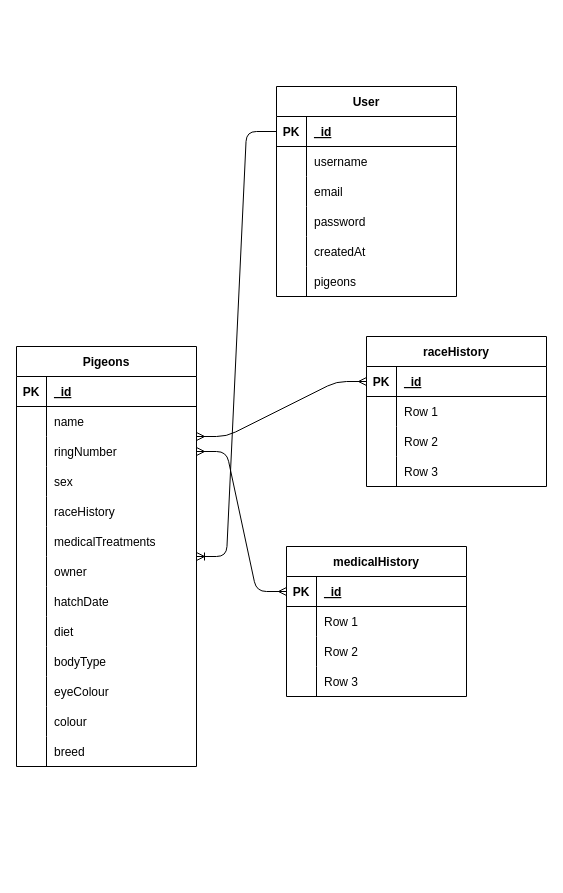
This is docs/PigeonERD.drawio from Liam-Ronan-dev/PigeonAPI-CA1, a draw.io file, before an edit. Source tidied: cells renumbered, new cells numbered last; positions are measured from the earlier drawing's top-left corner, leaving out a move shared by most shapes. Both pictures are drawn from the tidied source at 100%, with x=0, y=0 at pixel (16, 86).
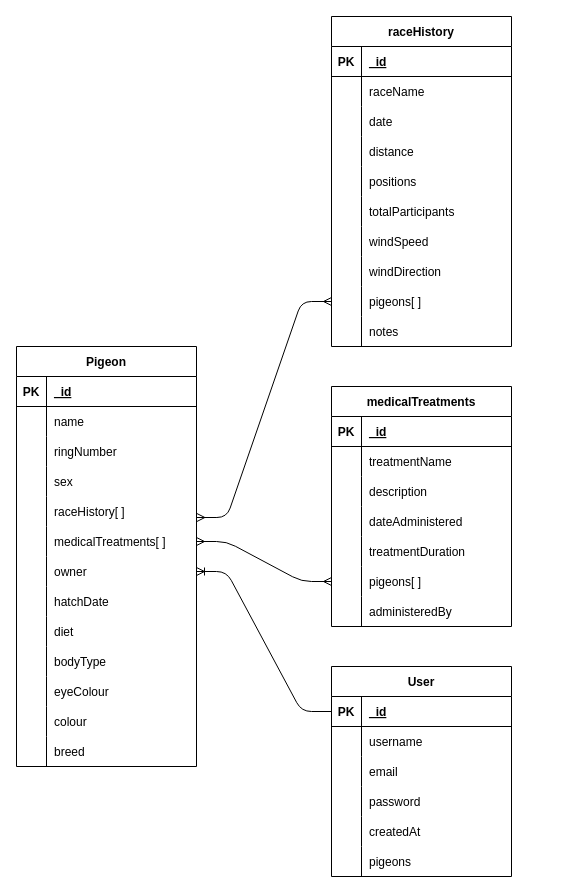
After the change.

Commit message (it also covers changes not shown here):
finished ERD, update routes for raceHistory & medicalHistory, testing eslint in CI

Unchanged cells that the change refers to:
```xml
<mxCell id="3" style="shape=tableRow;horizontal=0;startSize=0;swimlaneHead=0;swimlaneBody=0;fillColor=none;points=[[0,0.5],[1,0.5]];portConstraint=eastwest;top=0;left=0;right=0;bottom=1;" parent="2" vertex="1">
  <mxGeometry y="30" width="180" height="30" as="geometry" />
</mxCell>
<mxCell id="22" style="shape=tableRow;horizontal=0;startSize=0;swimlaneHead=0;swimlaneBody=0;fillColor=none;points=[[0,0.5],[1,0.5]];portConstraint=eastwest;top=0;left=0;right=0;bottom=1;" parent="21" vertex="1">
  <mxGeometry y="30" width="180" height="30" as="geometry" />
</mxCell>
<mxCell id="25" style="shape=tableRow;horizontal=0;startSize=0;swimlaneHead=0;swimlaneBody=0;fillColor=none;top=0;left=0;right=0;bottom=0;" parent="21" vertex="1">
  <mxGeometry y="60" width="180" height="30" as="geometry" />
</mxCell>
<mxCell id="41" style="shape=tableRow;horizontal=0;startSize=0;swimlaneHead=0;swimlaneBody=0;fillColor=none;points=[[0,0.5],[1,0.5]];portConstraint=eastwest;top=0;left=0;right=0;bottom=0;" parent="34" vertex="1">
  <mxGeometry y="90" width="180" height="30" as="geometry" />
</mxCell>
<mxCell id="47" style="shape=tableRow;horizontal=0;startSize=0;swimlaneHead=0;swimlaneBody=0;fillColor=none;points=[[0,0.5],[1,0.5]];portConstraint=eastwest;top=0;left=0;right=0;bottom=0;" parent="34" vertex="1">
  <mxGeometry y="150" width="180" height="30" as="geometry" />
</mxCell>
<mxCell id="50" style="shape=tableRow;horizontal=0;startSize=0;swimlaneHead=0;swimlaneBody=0;fillColor=none;points=[[0,0.5],[1,0.5]];portConstraint=eastwest;top=0;left=0;right=0;bottom=0;" parent="34" vertex="1">
  <mxGeometry y="180" width="180" height="30" as="geometry" />
</mxCell>
<mxCell id="53" style="shape=tableRow;horizontal=0;startSize=0;swimlaneHead=0;swimlaneBody=0;fillColor=none;points=[[0,0.5],[1,0.5]];portConstraint=eastwest;top=0;left=0;right=0;bottom=0;" parent="34" vertex="1">
  <mxGeometry y="210" width="180" height="30" as="geometry" />
</mxCell>
<mxCell id="75" style="shape=tableRow;horizontal=0;startSize=0;swimlaneHead=0;swimlaneBody=0;fillColor=none;points=[[0,0.5],[1,0.5]];portConstraint=eastwest;top=0;left=0;right=0;bottom=1;" parent="74" vertex="1">
  <mxGeometry y="30" width="180" height="30" as="geometry" />
</mxCell>
<mxCell id="78" style="shape=tableRow;horizontal=0;startSize=0;swimlaneHead=0;swimlaneBody=0;fillColor=none;top=0;left=0;right=0;bottom=0;" parent="74" vertex="1">
  <mxGeometry y="60" width="180" height="30" as="geometry" />
</mxCell>
<mxCell id="81" style="shape=tableRow;horizontal=0;startSize=0;swimlaneHead=0;swimlaneBody=0;fillColor=none;top=0;left=0;right=0;bottom=0;" parent="74" vertex="1">
  <mxGeometry y="90" width="180" height="30" as="geometry" />
</mxCell>
<mxCell id="84" style="shape=tableRow;horizontal=0;startSize=0;swimlaneHead=0;swimlaneBody=0;fillColor=none;top=0;left=0;right=0;bottom=0;" parent="74" vertex="1">
  <mxGeometry y="120" width="180" height="30" as="geometry" />
</mxCell>
```

Change to the diagram source:
```diff
@@
     <mxCell id="2" value="User" style="shape=table;startSize=30;childLayout=tableLayout;rowLines=0;fontStyle=1;align=center;" parent="1" vertex="1">
-      <mxGeometry x="260" width="180" height="210" as="geometry" />
+      <mxGeometry x="315" y="580" width="180" height="210" as="geometry" />
     </mxCell>
@@
     <mxCell id="21" value="raceHistory" style="shape=table;startSize=30;childLayout=tableLayout;rowLines=0;fontStyle=1;align=center;" parent="1" vertex="1">
-      <mxGeometry x="350" y="250" width="180" height="150" as="geometry" />
+      <mxGeometry x="315" y="-70" width="180" height="330" as="geometry" />
     </mxCell>
@@
-    <mxCell id="27" value="Row 1" style="shape=partialRectangle;fillColor=none;top=0;left=0;bottom=0;right=0;align=left;spacingLeft=6;overflow=hidden;" parent="25" vertex="1">
+    <mxCell id="27" value="raceName" style="shape=partialRectangle;fillColor=none;top=0;left=0;bottom=0;right=0;align=left;spacingLeft=6;overflow=hidden;" parent="25" vertex="1">
       <mxGeometry x="30" width="150" height="30" as="geometry" />
     </mxCell>
+    <mxCell id="90" style="shape=tableRow;horizontal=0;startSize=0;swimlaneHead=0;swimlaneBody=0;fillColor=none;top=0;left=0;right=0;bottom=0;" parent="21" vertex="1">
+      <mxGeometry y="90" width="180" height="30" as="geometry" />
+    </mxCell>
+    <mxCell id="91" style="shape=partialRectangle;fillColor=none;top=0;left=0;bottom=0;right=0;overflow=hidden;" parent="90" vertex="1">
+      <mxGeometry width="30" height="30" as="geometry" />
+    </mxCell>
+    <mxCell id="92" value="date" style="shape=partialRectangle;fillColor=none;top=0;left=0;bottom=0;right=0;align=left;spacingLeft=6;overflow=hidden;" parent="90" vertex="1">
+      <mxGeometry x="30" width="150" height="30" as="geometry" />
+    </mxCell>
+    <mxCell id="93" style="shape=tableRow;horizontal=0;startSize=0;swimlaneHead=0;swimlaneBody=0;fillColor=none;top=0;left=0;right=0;bottom=0;" parent="21" vertex="1">
+      <mxGeometry y="120" width="180" height="30" as="geometry" />
+    </mxCell>
+    <mxCell id="94" style="shape=partialRectangle;fillColor=none;top=0;left=0;bottom=0;right=0;overflow=hidden;" parent="93" vertex="1">
+      <mxGeometry width="30" height="30" as="geometry" />
+    </mxCell>
+    <mxCell id="95" value="distance" style="shape=partialRectangle;fillColor=none;top=0;left=0;bottom=0;right=0;align=left;spacingLeft=6;overflow=hidden;" parent="93" vertex="1">
+      <mxGeometry x="30" width="150" height="30" as="geometry" />
+    </mxCell>
+    <mxCell id="96" style="shape=tableRow;horizontal=0;startSize=0;swimlaneHead=0;swimlaneBody=0;fillColor=none;top=0;left=0;right=0;bottom=0;" parent="21" vertex="1">
+      <mxGeometry y="150" width="180" height="30" as="geometry" />
+    </mxCell>
+    <mxCell id="97" style="shape=partialRectangle;fillColor=none;top=0;left=0;bottom=0;right=0;overflow=hidden;" parent="96" vertex="1">
+      <mxGeometry width="30" height="30" as="geometry" />
+    </mxCell>
+    <mxCell id="98" value="positions" style="shape=partialRectangle;fillColor=none;top=0;left=0;bottom=0;right=0;align=left;spacingLeft=6;overflow=hidden;" parent="96" vertex="1">
+      <mxGeometry x="30" width="150" height="30" as="geometry" />
+    </mxCell>
+    <mxCell id="99" style="shape=tableRow;horizontal=0;startSize=0;swimlaneHead=0;swimlaneBody=0;fillColor=none;top=0;left=0;right=0;bottom=0;" parent="21" vertex="1">
+      <mxGeometry y="180" width="180" height="30" as="geometry" />
+    </mxCell>
+    <mxCell id="100" style="shape=partialRectangle;fillColor=none;top=0;left=0;bottom=0;right=0;overflow=hidden;" parent="99" vertex="1">
+      <mxGeometry width="30" height="30" as="geometry" />
+    </mxCell>
+    <mxCell id="101" value="totalParticipants" style="shape=partialRectangle;fillColor=none;top=0;left=0;bottom=0;right=0;align=left;spacingLeft=6;overflow=hidden;" parent="99" vertex="1">
+      <mxGeometry x="30" width="150" height="30" as="geometry" />
+    </mxCell>
     <mxCell id="28" style="shape=tableRow;horizontal=0;startSize=0;swimlaneHead=0;swimlaneBody=0;fillColor=none;top=0;left=0;right=0;bottom=0;" parent="21" vertex="1">
-      <mxGeometry y="90" width="180" height="30" as="geometry" />
+      <mxGeometry y="210" width="180" height="30" as="geometry" />
     </mxCell>
@@
-    <mxCell id="30" value="Row 2" style="shape=partialRectangle;fillColor=none;top=0;left=0;bottom=0;right=0;align=left;spacingLeft=6;overflow=hidden;" parent="28" vertex="1">
+    <mxCell id="30" value="windSpeed" style="shape=partialRectangle;fillColor=none;top=0;left=0;bottom=0;right=0;align=left;spacingLeft=6;overflow=hidden;" parent="28" vertex="1">
       <mxGeometry x="30" width="150" height="30" as="geometry" />
     </mxCell>
     <mxCell id="31" style="shape=tableRow;horizontal=0;startSize=0;swimlaneHead=0;swimlaneBody=0;fillColor=none;top=0;left=0;right=0;bottom=0;" parent="21" vertex="1">
-      <mxGeometry y="120" width="180" height="30" as="geometry" />
+      <mxGeometry y="240" width="180" height="30" as="geometry" />
     </mxCell>
@@
-    <mxCell id="33" value="Row 3" style="shape=partialRectangle;fillColor=none;top=0;left=0;bottom=0;right=0;align=left;spacingLeft=6;overflow=hidden;" parent="31" vertex="1">
+    <mxCell id="33" value="windDirection" style="shape=partialRectangle;fillColor=none;top=0;left=0;bottom=0;right=0;align=left;spacingLeft=6;overflow=hidden;" parent="31" vertex="1">
       <mxGeometry x="30" width="150" height="30" as="geometry" />
     </mxCell>
+    <mxCell id="102" style="shape=tableRow;horizontal=0;startSize=0;swimlaneHead=0;swimlaneBody=0;fillColor=none;points=[[0,0.5],[1,0.5]];portConstraint=eastwest;top=0;left=0;right=0;bottom=0;" parent="21" vertex="1">
+      <mxGeometry y="270" width="180" height="30" as="geometry" />
+    </mxCell>
+    <mxCell id="103" style="shape=partialRectangle;fillColor=none;top=0;left=0;bottom=0;right=0;overflow=hidden;" parent="102" vertex="1">
+      <mxGeometry width="30" height="30" as="geometry" />
+    </mxCell>
+    <mxCell id="104" value="pigeons[ ]" style="shape=partialRectangle;fillColor=none;top=0;left=0;bottom=0;right=0;align=left;spacingLeft=6;overflow=hidden;" parent="102" vertex="1">
+      <mxGeometry x="30" width="150" height="30" as="geometry" />
+    </mxCell>
+    <mxCell id="105" style="shape=tableRow;horizontal=0;startSize=0;swimlaneHead=0;swimlaneBody=0;fillColor=none;top=0;left=0;right=0;bottom=0;" parent="21" vertex="1">
+      <mxGeometry y="300" width="180" height="30" as="geometry" />
+    </mxCell>
+    <mxCell id="106" style="shape=partialRectangle;fillColor=none;top=0;left=0;bottom=0;right=0;overflow=hidden;" parent="105" vertex="1">
+      <mxGeometry width="30" height="30" as="geometry" />
+    </mxCell>
+    <mxCell id="107" value="notes" style="shape=partialRectangle;fillColor=none;top=0;left=0;bottom=0;right=0;align=left;spacingLeft=6;overflow=hidden;" parent="105" vertex="1">
+      <mxGeometry x="30" width="150" height="30" as="geometry" />
+    </mxCell>
-    <mxCell id="34" value="Pigeons" style="shape=table;startSize=30;childLayout=tableLayout;rowLines=0;fontStyle=1;align=center;" parent="1" vertex="1">
+    <mxCell id="34" value="Pigeon" style="shape=table;startSize=30;childLayout=tableLayout;rowLines=0;fontStyle=1;align=center;" parent="1" vertex="1">
       <mxGeometry y="260" width="180" height="420" as="geometry" />
     </mxCell>
@@
-    <mxCell id="49" value="raceHistory" style="shape=partialRectangle;fillColor=none;top=0;left=0;bottom=0;right=0;align=left;spacingLeft=6;overflow=hidden;" parent="47" vertex="1">
+    <mxCell id="49" value="raceHistory[ ]" style="shape=partialRectangle;fillColor=none;top=0;left=0;bottom=0;right=0;align=left;spacingLeft=6;overflow=hidden;" parent="47" vertex="1">
       <mxGeometry x="30" width="150" height="30" as="geometry" />
     </mxCell>
@@
-    <mxCell id="52" value="medicalTreatments" style="shape=partialRectangle;fillColor=none;top=0;left=0;bottom=0;right=0;align=left;spacingLeft=6;overflow=hidden;" parent="50" vertex="1">
+    <mxCell id="52" value="medicalTreatments[ ]" style="shape=partialRectangle;fillColor=none;top=0;left=0;bottom=0;right=0;align=left;spacingLeft=6;overflow=hidden;" parent="50" vertex="1">
       <mxGeometry x="30" width="150" height="30" as="geometry" />
     </mxCell>
@@
-    <mxCell id="74" value="medicalHistory" style="shape=table;startSize=30;childLayout=tableLayout;rowLines=0;fontStyle=1;align=center;" parent="1" vertex="1">
-      <mxGeometry x="270" y="460" width="180" height="150" as="geometry" />
+    <mxCell id="74" value="medicalTreatments" style="shape=table;startSize=30;childLayout=tableLayout;rowLines=0;fontStyle=1;align=center;" parent="1" vertex="1">
+      <mxGeometry x="315" y="300" width="180" height="240" as="geometry" />
     </mxCell>
@@
-    <mxCell id="80" value="Row 1" style="shape=partialRectangle;fillColor=none;top=0;left=0;bottom=0;right=0;align=left;spacingLeft=6;overflow=hidden;" parent="78" vertex="1">
+    <mxCell id="80" value="treatmentName" style="shape=partialRectangle;fillColor=none;top=0;left=0;bottom=0;right=0;align=left;spacingLeft=6;overflow=hidden;" parent="78" vertex="1">
       <mxGeometry x="30" width="150" height="30" as="geometry" />
     </mxCell>
@@
-    <mxCell id="83" value="Row 2" style="shape=partialRectangle;fillColor=none;top=0;left=0;bottom=0;right=0;align=left;spacingLeft=6;overflow=hidden;" parent="81" vertex="1">
+    <mxCell id="83" value="description" style="shape=partialRectangle;fillColor=none;top=0;left=0;bottom=0;right=0;align=left;spacingLeft=6;overflow=hidden;" parent="81" vertex="1">
       <mxGeometry x="30" width="150" height="30" as="geometry" />
     </mxCell>
@@
-    <mxCell id="86" value="Row 3" style="shape=partialRectangle;fillColor=none;top=0;left=0;bottom=0;right=0;align=left;spacingLeft=6;overflow=hidden;" parent="84" vertex="1">
+    <mxCell id="86" value="dateAdministered" style="shape=partialRectangle;fillColor=none;top=0;left=0;bottom=0;right=0;align=left;spacingLeft=6;overflow=hidden;" parent="84" vertex="1">
       <mxGeometry x="30" width="150" height="30" as="geometry" />
     </mxCell>
+    <mxCell id="108" style="shape=tableRow;horizontal=0;startSize=0;swimlaneHead=0;swimlaneBody=0;fillColor=none;top=0;left=0;right=0;bottom=0;" parent="74" vertex="1">
+      <mxGeometry y="150" width="180" height="30" as="geometry" />
+    </mxCell>
+    <mxCell id="109" style="shape=partialRectangle;fillColor=none;top=0;left=0;bottom=0;right=0;overflow=hidden;" parent="108" vertex="1">
+      <mxGeometry width="30" height="30" as="geometry" />
+    </mxCell>
+    <mxCell id="110" value="treatmentDuration" style="shape=partialRectangle;fillColor=none;top=0;left=0;bottom=0;right=0;align=left;spacingLeft=6;overflow=hidden;" parent="108" vertex="1">
+      <mxGeometry x="30" width="150" height="30" as="geometry" />
+    </mxCell>
+    <mxCell id="111" style="shape=tableRow;horizontal=0;startSize=0;swimlaneHead=0;swimlaneBody=0;fillColor=none;points=[[0,0.5],[1,0.5]];portConstraint=eastwest;top=0;left=0;right=0;bottom=0;" parent="74" vertex="1">
+      <mxGeometry y="180" width="180" height="30" as="geometry" />
+    </mxCell>
+    <mxCell id="112" style="shape=partialRectangle;fillColor=none;top=0;left=0;bottom=0;right=0;overflow=hidden;" parent="111" vertex="1">
+      <mxGeometry width="30" height="30" as="geometry" />
+    </mxCell>
+    <mxCell id="113" value="pigeons[ ]" style="shape=partialRectangle;fillColor=none;top=0;left=0;bottom=0;right=0;align=left;spacingLeft=6;overflow=hidden;" parent="111" vertex="1">
+      <mxGeometry x="30" width="150" height="30" as="geometry" />
+    </mxCell>
+    <mxCell id="114" style="shape=tableRow;horizontal=0;startSize=0;swimlaneHead=0;swimlaneBody=0;fillColor=none;top=0;left=0;right=0;bottom=0;" parent="74" vertex="1">
+      <mxGeometry y="210" width="180" height="30" as="geometry" />
+    </mxCell>
+    <mxCell id="115" style="shape=partialRectangle;fillColor=none;top=0;left=0;bottom=0;right=0;overflow=hidden;" parent="114" vertex="1">
+      <mxGeometry width="30" height="30" as="geometry" />
+    </mxCell>
+    <mxCell id="116" value="administeredBy" style="shape=partialRectangle;fillColor=none;top=0;left=0;bottom=0;right=0;align=left;spacingLeft=6;overflow=hidden;" parent="114" vertex="1">
+      <mxGeometry x="30" width="150" height="30" as="geometry" />
+    </mxCell>
-    <mxCell id="87" style="edgeStyle=entityRelationEdgeStyle;fontSize=12;html=1;endArrow=ERoneToMany;exitX=0;exitY=0.5;exitDx=0;exitDy=0;" parent="1" edge="1" source="3" target="34">
+    <mxCell id="87" style="edgeStyle=entityRelationEdgeStyle;fontSize=12;html=1;endArrow=ERoneToMany;exitX=0;exitY=0.5;exitDx=0;exitDy=0;entryX=1;entryY=0.5;entryDx=0;entryDy=0;" parent="1" edge="1" source="3" target="53">
       <mxGeometry relative="1" as="geometry" />
     </mxCell>
-    <mxCell id="88" style="edgeStyle=entityRelationEdgeStyle;fontSize=12;html=1;endArrow=ERmany;startArrow=ERmany;entryX=0;entryY=0.5;entryDx=0;entryDy=0;" parent="1" edge="1" target="22">
-      <mxGeometry relative="1" as="geometry">
-        <mxPoint x="180" y="350" as="sourcePoint" />
-      </mxGeometry>
+    <mxCell id="88" style="edgeStyle=entityRelationEdgeStyle;fontSize=12;html=1;endArrow=ERmany;startArrow=ERmany;entryX=0;entryY=0.5;entryDx=0;entryDy=0;exitX=1.002;exitY=0.7;exitDx=0;exitDy=0;exitPerimeter=0;" parent="1" edge="1" source="47" target="102">
+      <mxGeometry relative="1" as="geometry" />
     </mxCell>
-    <mxCell id="89" style="edgeStyle=entityRelationEdgeStyle;fontSize=12;html=1;endArrow=ERmany;startArrow=ERmany;entryX=1;entryY=0.5;entryDx=0;entryDy=0;exitX=0;exitY=0.5;exitDx=0;exitDy=0;" parent="1" edge="1" source="75" target="41">
+    <mxCell id="89" style="edgeStyle=entityRelationEdgeStyle;fontSize=12;html=1;endArrow=ERmany;startArrow=ERmany;entryX=1;entryY=0.5;entryDx=0;entryDy=0;exitX=0;exitY=0.5;exitDx=0;exitDy=0;" parent="1" edge="1" source="111" target="50">
       <mxGeometry relative="1" as="geometry" />
     </mxCell>
```
